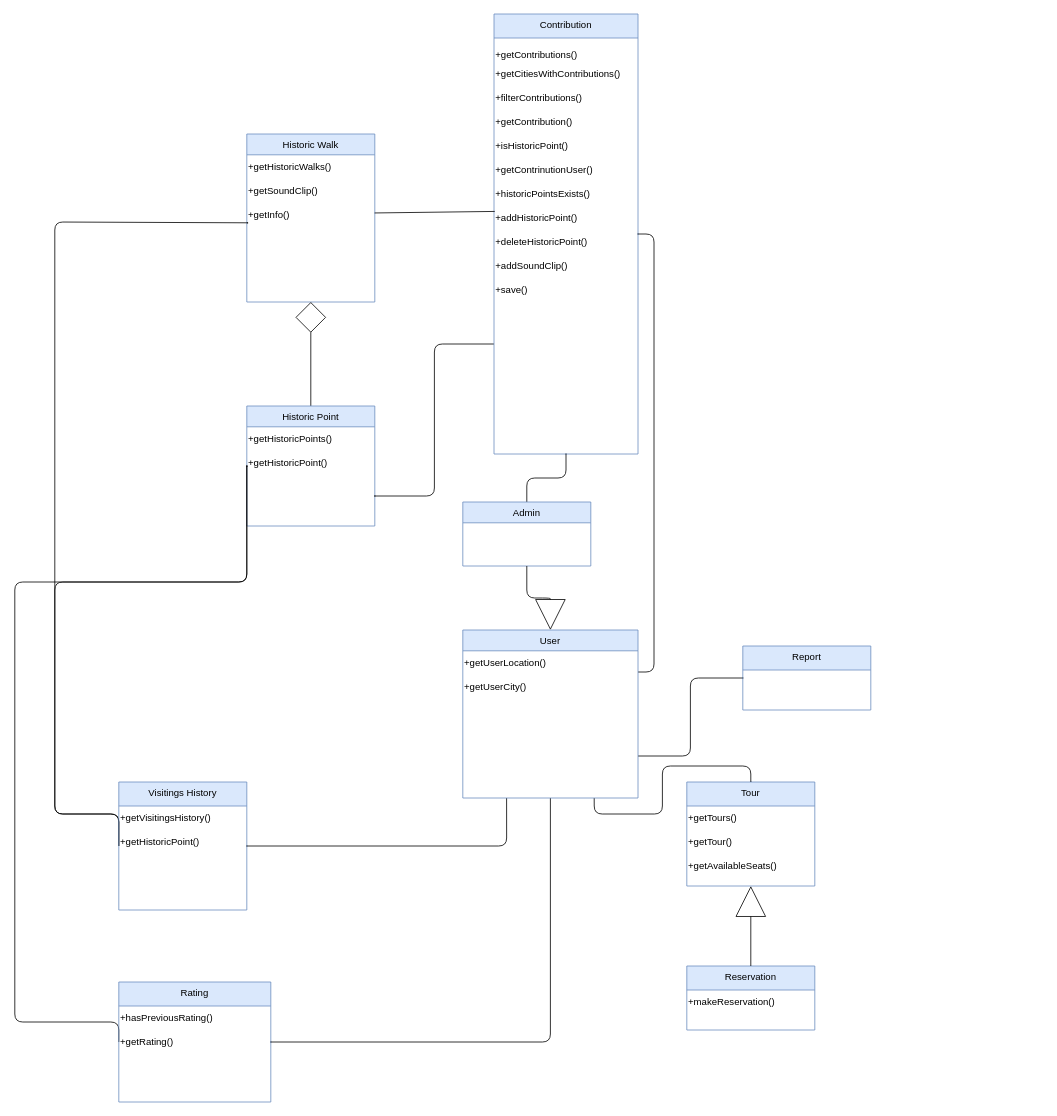
The draw.io diagram NOTES/Domain Model.drawio in Nektar24/software-engineering, before the edit. Source tidied: cells renumbered, new cells numbered last; positions are measured from the earlier drawing's top-left corner, leaving out a move shared by most shapes. Both pictures are drawn from the tidied source at 80%, with x=0, y=0 at pixel (14, 14).
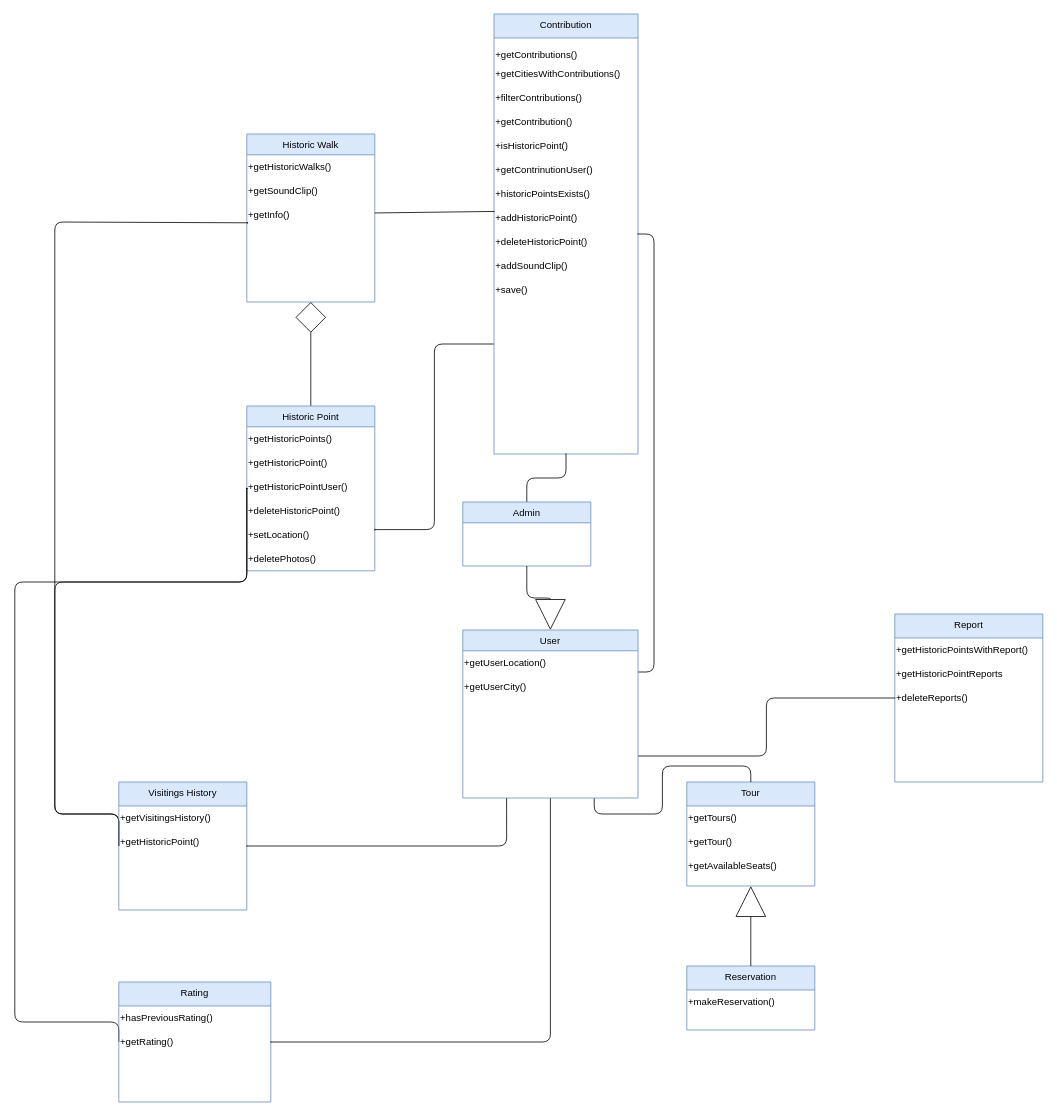
After the change.

Commit message:
domain model sec8 ok

What changed in the source:
```diff
@@
     <mxCell id="18" value="Historic Point" style="swimlane;fontStyle=0;align=center;verticalAlign=top;horizontal=1;startSize=26;rounded=0;shadow=0;strokeWidth=1;fillColor=#dae8fc;strokeColor=#6c8ebf;" parent="1" vertex="1">
-      <mxGeometry x="290" y="490" width="160" height="150" as="geometry" />
+      <mxGeometry x="290" y="490" width="160" height="206" as="geometry" />
     </mxCell>
@@
+    <mxCell id="52" value="+getHistoricPointUser()" style="text;html=1;align=left;verticalAlign=middle;strokeColor=none;fillColor=none;" parent="18" vertex="1">
+      <mxGeometry y="86" width="160" height="30" as="geometry" />
+    </mxCell>
+    <mxCell id="53" value="+deleteHistoricPoint()" style="text;html=1;align=left;verticalAlign=middle;strokeColor=none;fillColor=none;" parent="18" vertex="1">
+      <mxGeometry y="116" width="160" height="30" as="geometry" />
+    </mxCell>
+    <mxCell id="54" value="+setLocation()" style="text;html=1;align=left;verticalAlign=middle;strokeColor=none;fillColor=none;" parent="18" vertex="1">
+      <mxGeometry y="146" width="160" height="30" as="geometry" />
+    </mxCell>
+    <mxCell id="55" value="+deletePhotos()" style="text;html=1;align=left;verticalAlign=middle;strokeColor=none;fillColor=none;" parent="18" vertex="1">
+      <mxGeometry y="176" width="160" height="30" as="geometry" />
+    </mxCell>
@@
     <mxCell id="45" value="Report" style="swimlane;fontStyle=0;align=center;verticalAlign=top;horizontal=1;startSize=30;rounded=0;shadow=0;strokeWidth=1;fillColor=#dae8fc;strokeColor=#6c8ebf;" parent="1" vertex="1">
-      <mxGeometry x="910" y="790" width="160" height="80" as="geometry" />
+      <mxGeometry x="1100" y="750" width="185" height="210" as="geometry" />
     </mxCell>
+    <mxCell id="56" value="+getHistoricPointsWithReport()" style="text;html=1;align=left;verticalAlign=middle;strokeColor=none;fillColor=none;" parent="45" vertex="1">
+      <mxGeometry y="30" width="185" height="30" as="geometry" />
+    </mxCell>
+    <mxCell id="57" value="+getHistoricPointReports" style="text;html=1;align=left;verticalAlign=middle;strokeColor=none;fillColor=none;" parent="45" vertex="1">
+      <mxGeometry y="60" width="185" height="30" as="geometry" />
+    </mxCell>
+    <mxCell id="58" value="+deleteReports()" style="text;html=1;align=left;verticalAlign=middle;strokeColor=none;fillColor=none;" parent="45" vertex="1">
+      <mxGeometry y="90" width="185" height="30" as="geometry" />
+    </mxCell>
```
